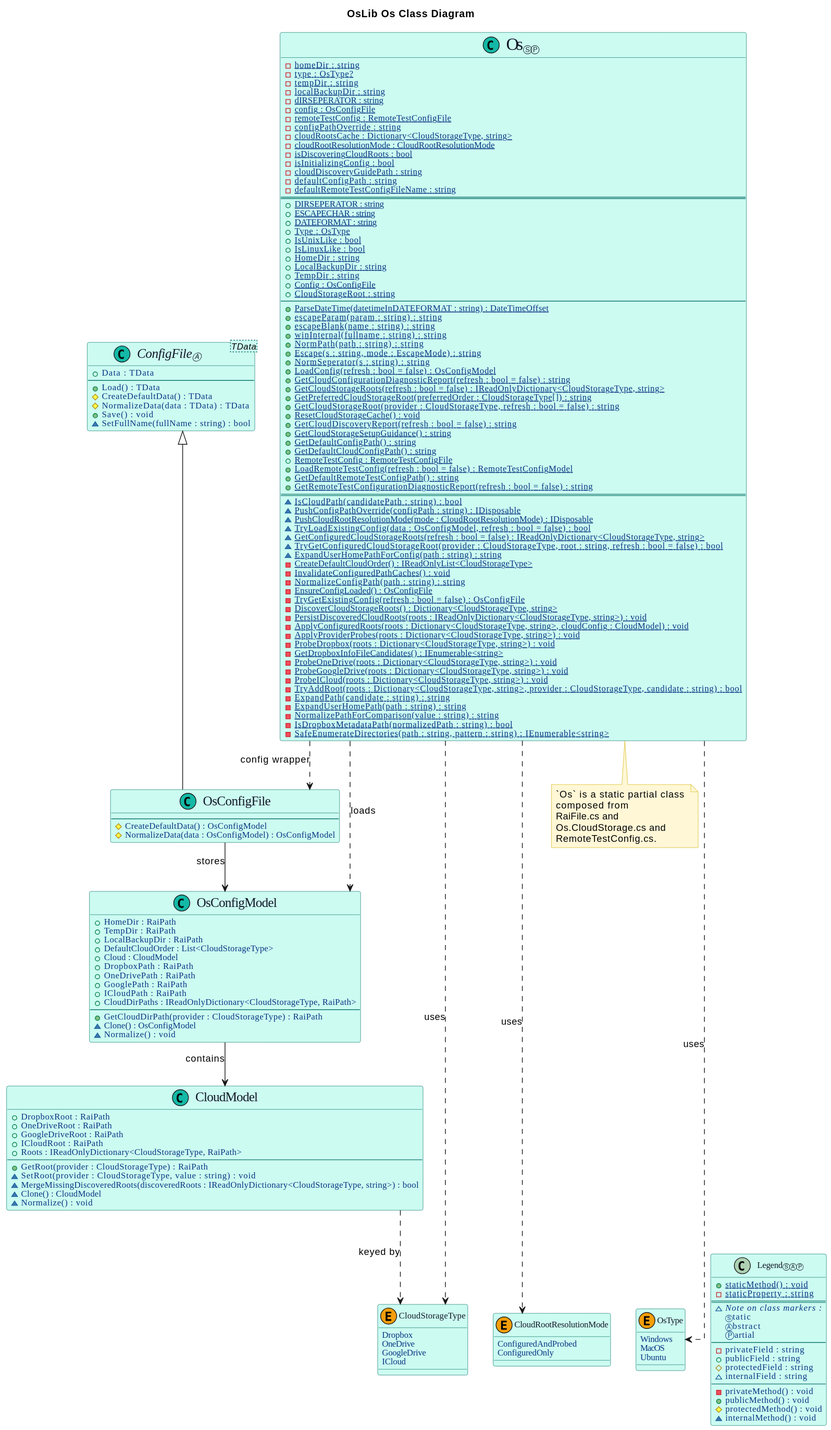
Earlier version of the PlantUML export Os-ClassDiagram.svg (Burkhardt/OsLib).
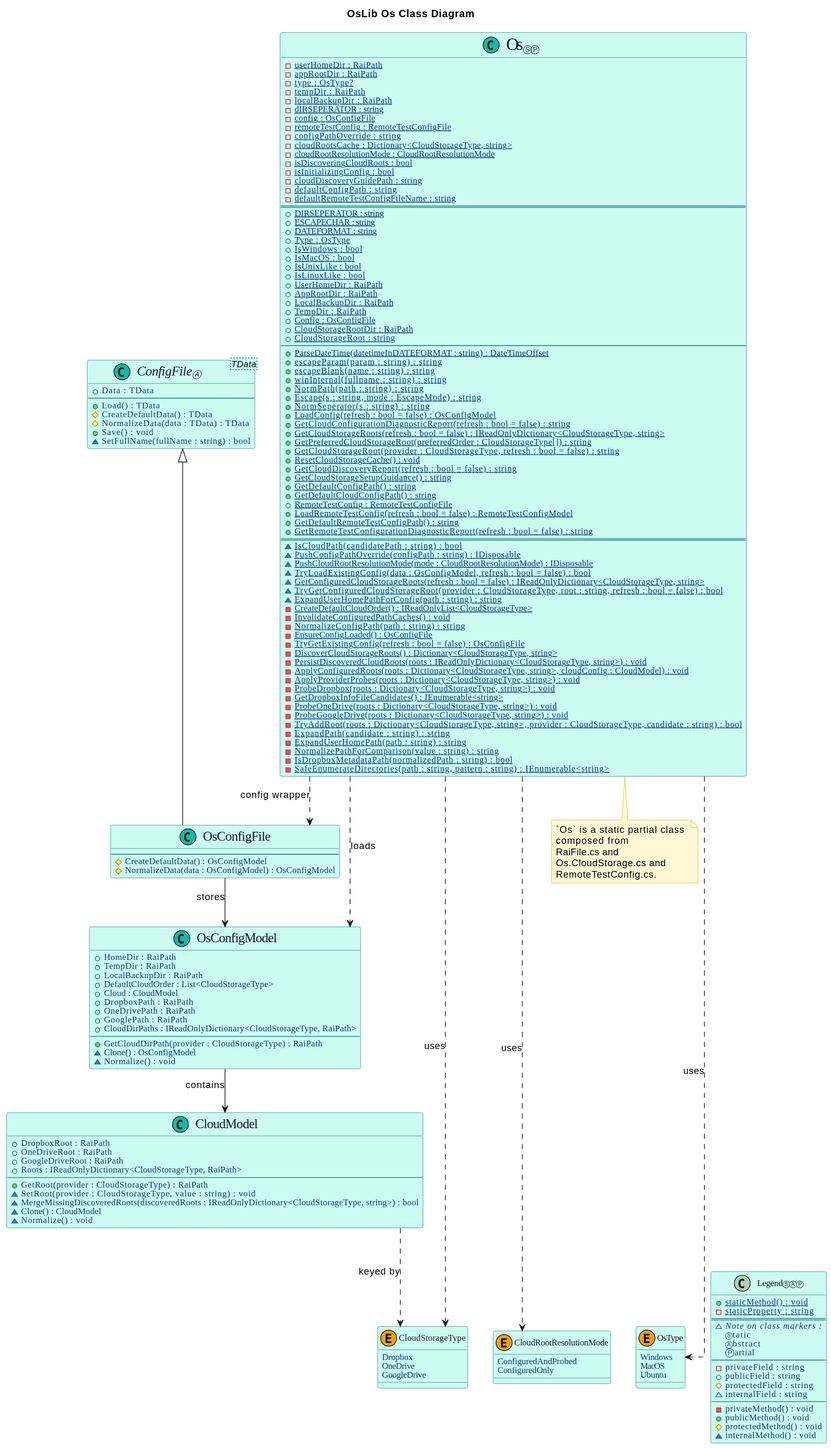
After the commit.

Diff of the diagram source:
```diff
@@ -43,7 +43,6 @@
 		Dropbox
 		OneDrive
 		GoogleDrive
-		ICloud
 	}
 	class "Legend<size:10>ⓈⒶⓅ</size>" as LegendSample {
 		+{static} staticMethod() : void
@@ -80,7 +79,6 @@
 	+ DropboxRoot : RaiPath
 	+ OneDriveRoot : RaiPath
 	+ GoogleDriveRoot : RaiPath
-	+ ICloudRoot : RaiPath
 	+ Roots : IReadOnlyDictionary<CloudStorageType, RaiPath>
 	--
 	+ GetRoot(provider : CloudStorageType) : RaiPath
@@ -99,7 +97,6 @@
 	+ DropboxPath : RaiPath
 	+ OneDrivePath : RaiPath
 	+ GooglePath : RaiPath
-	+ ICloudPath : RaiPath
 	+ CloudDirPaths : IReadOnlyDictionary<CloudStorageType, RaiPath>
 	--
 	+ GetCloudDirPath(provider : CloudStorageType) : RaiPath
@@ -114,10 +111,11 @@
 }
 
 class "<size:24>Os</size>ⓈⓅ " as Os << (C,#14b8a6) >> {
-	-{static} homeDir : string
+	-{static} userHomeDir : RaiPath
+	-{static} appRootDir : RaiPath
 	-{static} type : OsType?
-	-{static} tempDir : string
-	-{static} localBackupDir : string
+	-{static} tempDir : RaiPath
+	-{static} localBackupDir : RaiPath
 	-{static} dIRSEPERATOR : string
 	-{static} config : OsConfigFile
 	-{static} remoteTestConfig : RemoteTestConfigFile
@@ -134,12 +132,16 @@
 	+{static} ESCAPECHAR : string
 	+{static} DATEFORMAT : string
 	+{static} Type : OsType
+	+{static} IsWindows : bool
+	+{static} IsMacOS : bool
 	+{static} IsUnixLike : bool
 	+{static} IsLinuxLike : bool
-	+{static} HomeDir : string
-	+{static} LocalBackupDir : string
-	+{static} TempDir : string
+	+{static} UserHomeDir : RaiPath
+	+{static} AppRootDir : RaiPath
+	+{static} LocalBackupDir : RaiPath
+	+{static} TempDir : RaiPath
 	+{static} Config : OsConfigFile
+	+{static} CloudStorageRootDir : RaiPath
 	+{static} CloudStorageRoot : string
 	--
 	+{static} ParseDateTime(datetimeInDATEFORMAT : string) : DateTimeOffset
@@ -184,7 +186,6 @@
 	-{static} GetDropboxInfoFileCandidates() : IEnumerable<string>
 	-{static} ProbeOneDrive(roots : Dictionary<CloudStorageType, string>) : void
 	-{static} ProbeGoogleDrive(roots : Dictionary<CloudStorageType, string>) : void
-	-{static} ProbeICloud(roots : Dictionary<CloudStorageType, string>) : void
 	-{static} TryAddRoot(roots : Dictionary<CloudStorageType, string>, provider : CloudStorageType, candidate : string) : bool
 	-{static} ExpandPath(candidate : string) : string
 	-{static} ExpandUserHomePath(path : string) : string
```
